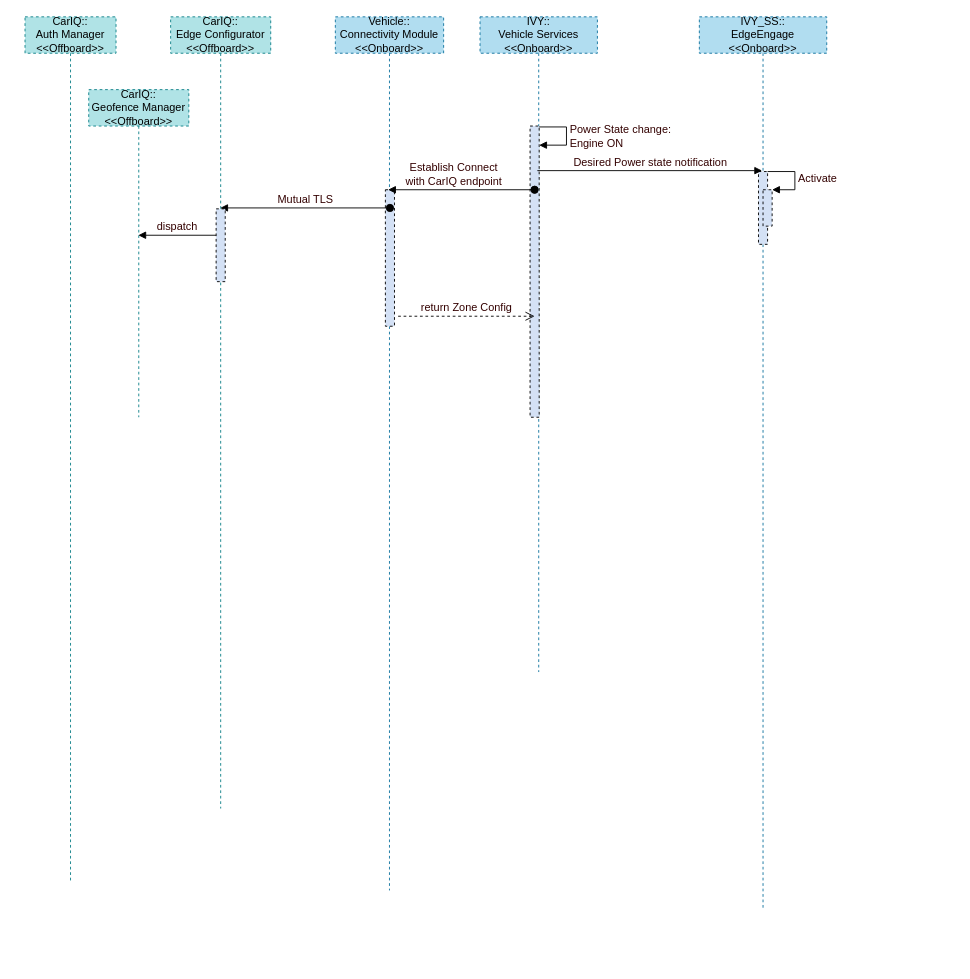
Earlier version of the draw.io diagram page "Page-4" (4 of 4) of src/main/resources/CarIQ_IVY_Uase_Cases.drawio (subhachat/CodeKata). Source tidied: cells renumbered, new cells numbered last; positions are measured from the earlier drawing's top-left corner, leaving out a move shared by most shapes. Both pictures are drawn from the tidied source at 91%, with x=0, y=0 at pixel (25, 16).
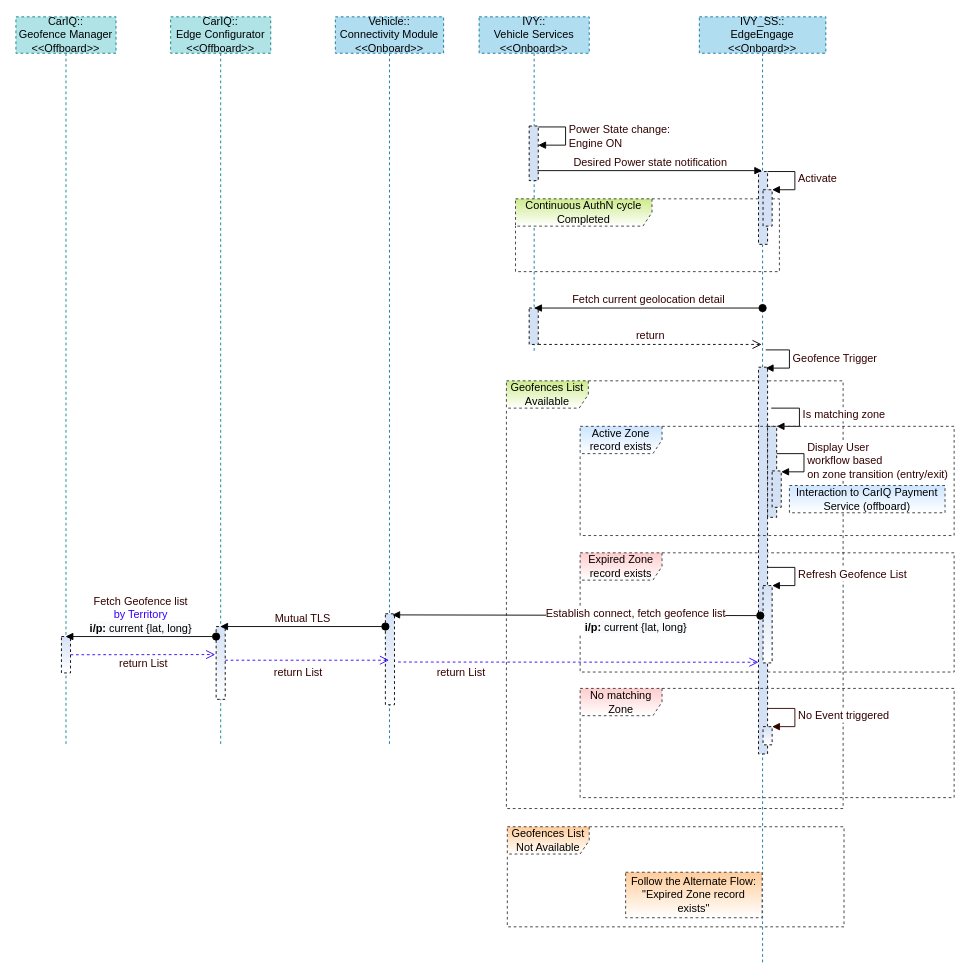
The same diagram, later.

What changed in the source:
```diff
@@
     <mxCell id="2" value="CarIQ::&lt;br&gt;Geofence Manager&lt;br&gt;&amp;lt;&amp;lt;Offboard&amp;gt;&amp;gt;" style="shape=umlLifeline;perimeter=lifelinePerimeter;whiteSpace=wrap;html=1;outlineConnect=0;glass=0;dashed=1;fontSize=12;fillColor=#b0e3e6;strokeColor=#0e8088;" parent="1" vertex="1">
-      <mxGeometry x="70" y="80" width="110" height="360" as="geometry" />
+      <mxGeometry x="-10" width="110" height="800" as="geometry" />
     </mxCell>
+    <mxCell id="20" style="html=1;perimeter=orthogonalPerimeter;shadow=0;glass=0;dashed=1;sketch=0;fontSize=12;fontColor=#330000;fillColor=#D4E1F5;gradientColor=#ffffff;" parent="2" vertex="1">
+      <mxGeometry x="50" y="681" width="10" height="40" as="geometry" />
+    </mxCell>
     <mxCell id="3" value="Vehicle::&lt;br&gt;Connectivity Module&lt;br&gt;&amp;lt;&amp;lt;Onboard&amp;gt;&amp;gt;" style="shape=umlLifeline;perimeter=lifelinePerimeter;whiteSpace=wrap;html=1;glass=0;dashed=1;fontSize=12;fillColor=#b1ddf0;strokeColor=#10739e;" parent="1" vertex="1">
-      <mxGeometry x="341" width="119" height="960" as="geometry" />
+      <mxGeometry x="341" width="119" height="800" as="geometry" />
     </mxCell>
-    <mxCell id="4" style="html=1;perimeter=orthogonalPerimeter;glass=0;dashed=1;fontSize=12;fontColor=#330000;fillColor=#D4E1F5;" parent="3" vertex="1">
-      <mxGeometry x="55" y="190" width="10" height="150" as="geometry" />
-    </mxCell>
+    <mxCell id="21" style="html=1;points=[];perimeter=orthogonalPerimeter;shadow=0;glass=0;dashed=1;sketch=0;fontSize=12;fontColor=#330000;fillColor=#D4E1F5;gradientColor=#ffffff;" parent="3" vertex="1">
+      <mxGeometry x="55" y="656" width="10" height="100" as="geometry" />
+    </mxCell>
     <mxCell id="5" value="IVY::&lt;br&gt;Vehicle Services&lt;br&gt;&amp;lt;&amp;lt;Onboard&amp;gt;&amp;gt;" style="shape=umlLifeline;perimeter=lifelinePerimeter;whiteSpace=wrap;html=1;glass=0;dashed=1;fontSize=12;fillColor=#b1ddf0;strokeColor=#10739e;" parent="1" vertex="1">
-      <mxGeometry x="500" width="129" height="720" as="geometry" />
+      <mxGeometry x="499" width="121" height="370" as="geometry" />
     </mxCell>
     <mxCell id="6" style="html=1;perimeter=orthogonalPerimeter;glass=0;dashed=1;fontSize=12;fontColor=#330000;fillColor=#D4E1F5;" parent="5" vertex="1">
-      <mxGeometry x="55" y="120" width="10" height="320" as="geometry" />
+      <mxGeometry x="55" y="120" width="10" height="60" as="geometry" />
     </mxCell>
@@
-    <mxCell id="8" value="return Zone Config" style="html=1;verticalAlign=bottom;endArrow=open;dashed=1;endSize=8;rounded=0;fontSize=12;fontColor=#330000;" parent="5" edge="1">
-      <mxGeometry relative="1" as="geometry">
-        <mxPoint x="-90" y="329" as="sourcePoint" />
-        <mxPoint x="60" y="329" as="targetPoint" />
-      </mxGeometry>
-    </mxCell>
-    <mxCell id="9" value="Establish Connect &lt;br&gt;with CarIQ endpoint" style="html=1;verticalAlign=bottom;startArrow=oval;startFill=1;endArrow=block;startSize=8;rounded=0;fontSize=12;fontColor=#330000;exitX=0.5;exitY=0.875;exitDx=0;exitDy=0;exitPerimeter=0;" parent="5" edge="1">
-      <mxGeometry x="0.1" relative="1" as="geometry">
-        <mxPoint x="60" y="190" as="sourcePoint" />
-        <mxPoint x="-101" y="190" as="targetPoint" />
-      </mxGeometry>
-    </mxCell>
-    <mxCell id="10" value="Mutual TLS" style="html=1;verticalAlign=bottom;startArrow=oval;startFill=1;endArrow=block;startSize=8;rounded=0;fontSize=12;fontColor=#330000;" parent="1" edge="1" target="17">
-      <mxGeometry relative="1" as="geometry">
-        <mxPoint x="401" y="210" as="sourcePoint" />
-      </mxGeometry>
-    </mxCell>
+    <mxCell id="22" value="Continuous AuthN cycle&lt;br&gt;Completed" style="shape=umlFrame;whiteSpace=wrap;html=1;glass=0;dashed=1;fontSize=12;fillColor=#cdeb8b;width=150;height=30;strokeColor=#36393d;gradientColor=#ffffff;" parent="5" vertex="1">
+      <mxGeometry x="40" y="200" width="290" height="80" as="geometry" />
+    </mxCell>
+    <mxCell id="23" value="return" style="html=1;verticalAlign=bottom;endArrow=open;dashed=1;endSize=8;rounded=0;fontSize=12;fontColor=#330000;" parent="5" edge="1">
+      <mxGeometry relative="1" as="geometry">
+        <mxPoint x="65" y="360" as="sourcePoint" />
+        <mxPoint x="310.5" y="360" as="targetPoint" />
+      </mxGeometry>
+    </mxCell>
+    <mxCell id="24" style="html=1;perimeter=orthogonalPerimeter;glass=0;dashed=1;fontSize=12;fontColor=#330000;fillColor=#D4E1F5;" parent="5" vertex="1">
+      <mxGeometry x="55" y="320" width="10" height="40" as="geometry" />
+    </mxCell>
+    <mxCell id="25" value="Geofences List Available" style="shape=umlFrame;whiteSpace=wrap;html=1;glass=0;dashed=1;fontSize=12;fillColor=#cdeb8b;strokeColor=#36393d;width=90;height=30;gradientColor=#ffffff;sketch=0;shadow=0;" parent="5" vertex="1">
+      <mxGeometry x="30" y="400" width="370" height="470" as="geometry" />
+    </mxCell>
+    <mxCell id="26" value="Expired Zone record exists" style="shape=umlFrame;whiteSpace=wrap;html=1;glass=0;dashed=1;fontSize=12;fillColor=#ffcccc;strokeColor=#36393d;width=90;height=30;gradientColor=#ffffff;" parent="5" vertex="1">
+      <mxGeometry x="111" y="589" width="411" height="131" as="geometry" />
+    </mxCell>
+    <mxCell id="27" value="&lt;font color=&quot;#330000&quot;&gt;return List&lt;/font&gt;" style="html=1;verticalAlign=bottom;endArrow=open;dashed=1;endSize=8;rounded=0;fontSize=12;fontColor=#3300FF;strokeColor=#3300FF;entryX=-0.5;entryY=0.991;entryDx=0;entryDy=0;entryPerimeter=0;" parent="5" edge="1" target="29">
+      <mxGeometry x="-0.65" y="-21" relative="1" as="geometry">
+        <mxPoint x="-89" y="709" as="sourcePoint" />
+      </mxGeometry>
+    </mxCell>
     <mxCell id="11" value="IVY_SS::&lt;br&gt;EdgeEngage&lt;br&gt;&amp;lt;&amp;lt;Onboard&amp;gt;&amp;gt;" style="shape=umlLifeline;perimeter=lifelinePerimeter;whiteSpace=wrap;html=1;glass=0;dashed=1;fontSize=12;fillColor=#b1ddf0;strokeColor=#10739e;" parent="1" vertex="1">
-      <mxGeometry x="741" width="140" height="980" as="geometry" />
+      <mxGeometry x="741" width="139" height="1040" as="geometry" />
     </mxCell>
+    <mxCell id="28" style="html=1;perimeter=orthogonalPerimeter;glass=0;dashed=1;fontSize=12;fontColor=#330000;fillColor=#D4E1F5;" parent="11" vertex="1">
+      <mxGeometry x="65" y="385" width="10" height="425" as="geometry" />
+    </mxCell>
+    <mxCell id="29" style="html=1;points=[];perimeter=orthogonalPerimeter;shadow=0;glass=0;dashed=1;sketch=0;fontSize=12;fontColor=#330000;fillColor=#D4E1F5;gradientColor=#ffffff;" parent="11" vertex="1">
+      <mxGeometry x="70" y="625" width="10" height="85" as="geometry" />
+    </mxCell>
@@
+    <mxCell id="30" value="Geofence Trigger" style="edgeStyle=orthogonalEdgeStyle;html=1;align=left;spacingLeft=2;endArrow=block;rounded=0;fontSize=12;fontColor=#330000;" parent="11" edge="1">
+      <mxGeometry relative="1" as="geometry">
+        <mxPoint x="73" y="366" as="sourcePoint" />
+        <mxPoint x="73" y="386" as="targetPoint" />
+        <Array as="points">
+          <mxPoint x="99" y="366" />
+          <mxPoint x="99" y="386" />
+        </Array>
+      </mxGeometry>
+    </mxCell>
+    <mxCell id="31" style="html=1;points=[];perimeter=orthogonalPerimeter;glass=0;dashed=1;fontSize=12;fontColor=#330000;fillColor=#D4E1F5;" parent="11" vertex="1">
+      <mxGeometry x="75" y="450" width="10" height="100" as="geometry" />
+    </mxCell>
+    <mxCell id="32" value="Is matching zone" style="edgeStyle=orthogonalEdgeStyle;html=1;align=left;spacingLeft=2;endArrow=block;rounded=0;entryX=1;entryY=0;fontSize=12;fontColor=#330000;" parent="11" edge="1" target="31">
+      <mxGeometry relative="1" as="geometry">
+        <mxPoint x="79" y="430" as="sourcePoint" />
+        <Array as="points">
+          <mxPoint x="110" y="430" />
+        </Array>
+      </mxGeometry>
+    </mxCell>
+    <mxCell id="33" value="Active Zone record exists" style="shape=umlFrame;whiteSpace=wrap;html=1;glass=0;dashed=1;fontSize=12;fillColor=#cce5ff;strokeColor=#36393d;width=90;height=30;gradientColor=#ffffff;" parent="11" vertex="1">
+      <mxGeometry x="-131" y="450" width="411" height="120" as="geometry" />
+    </mxCell>
+    <mxCell id="34" style="html=1;perimeter=orthogonalPerimeter;glass=0;dashed=1;fontSize=12;fontColor=#330000;fillColor=#D4E1F5;" parent="11" vertex="1">
+      <mxGeometry x="80" y="499" width="10" height="40" as="geometry" />
+    </mxCell>
+    <mxCell id="35" value="Display User &lt;br&gt;workflow based &lt;br&gt;on zone transition (entry/exit)" style="edgeStyle=orthogonalEdgeStyle;html=1;align=left;spacingLeft=2;endArrow=block;rounded=0;entryX=1;entryY=0;fontSize=12;fontColor=#330000;" parent="11" edge="1">
+      <mxGeometry relative="1" as="geometry">
+        <mxPoint x="85" y="480" as="sourcePoint" />
+        <mxPoint x="90" y="500" as="targetPoint" />
+        <Array as="points">
+          <mxPoint x="115" y="480" />
+        </Array>
+      </mxGeometry>
+    </mxCell>
+    <mxCell id="36" value="Refresh Geofence List" style="edgeStyle=orthogonalEdgeStyle;html=1;align=left;spacingLeft=2;endArrow=block;rounded=0;entryX=1;entryY=0;fontSize=12;fontColor=#330000;" parent="11" edge="1" target="29">
+      <mxGeometry relative="1" as="geometry">
+        <mxPoint x="75" y="605" as="sourcePoint" />
+        <Array as="points">
+          <mxPoint x="105" y="605" />
+        </Array>
+      </mxGeometry>
+    </mxCell>
+    <mxCell id="37" value="Establish connect, fetch geofence list&lt;br&gt;&lt;b style=&quot;color: rgb(0 , 0 , 0) ; background-color: rgb(248 , 249 , 250)&quot;&gt;i/p:&lt;/b&gt;&lt;span style=&quot;color: rgb(0 , 0 , 0) ; background-color: rgb(248 , 249 , 250)&quot;&gt;&amp;nbsp;current {lat, long}&lt;/span&gt;" style="html=1;verticalAlign=bottom;startArrow=oval;startFill=1;endArrow=block;startSize=8;rounded=0;fontSize=12;fontColor=#330000;entryX=0.76;entryY=0.012;entryDx=0;entryDy=0;entryPerimeter=0;" parent="11" edge="1" target="21">
+      <mxGeometry x="-0.32" y="22" relative="1" as="geometry">
+        <mxPoint x="67" y="658" as="sourcePoint" />
+      </mxGeometry>
+    </mxCell>
+    <mxCell id="38" value="Interaction to CarIQ Payment Service (offboard)" style="text;html=1;strokeColor=#36393d;fillColor=#cce5ff;align=center;verticalAlign=middle;whiteSpace=wrap;rounded=0;shadow=0;glass=0;dashed=1;sketch=0;fontSize=12;gradientColor=#ffffff;" parent="11" vertex="1">
+      <mxGeometry x="99" y="515" width="171" height="30" as="geometry" />
+    </mxCell>
@@
-    <mxCell id="16" value="CarIQ:: &lt;br&gt;Auth Manager&lt;br&gt;&amp;lt;&amp;lt;Offboard&amp;gt;&amp;gt;" style="shape=umlLifeline;perimeter=lifelinePerimeter;whiteSpace=wrap;html=1;glass=0;dashed=1;fontSize=12;fillColor=#b0e3e6;strokeColor=#0e8088;" parent="1" vertex="1">
-      <mxGeometry width="100" height="950" as="geometry" />
-    </mxCell>
     <mxCell id="17" value="CarIQ::&lt;br&gt;Edge Configurator&lt;br&gt;&amp;lt;&amp;lt;Offboard&amp;gt;&amp;gt;" style="shape=umlLifeline;perimeter=lifelinePerimeter;whiteSpace=wrap;html=1;outlineConnect=0;glass=0;dashed=1;fontSize=12;fillColor=#b0e3e6;strokeColor=#0e8088;" parent="1" vertex="1">
-      <mxGeometry x="160" width="110" height="870" as="geometry" />
+      <mxGeometry x="160" width="110" height="800" as="geometry" />
     </mxCell>
-    <mxCell id="18" style="html=1;perimeter=orthogonalPerimeter;glass=0;dashed=1;fontSize=12;fontColor=#330000;fillColor=#D4E1F5;" parent="17" vertex="1">
-      <mxGeometry x="50" y="211" width="10" height="80" as="geometry" />
-    </mxCell>
-    <mxCell id="19" value="dispatch" style="html=1;verticalAlign=bottom;endArrow=block;rounded=0;fontSize=12;fontColor=#330000;" parent="17" edge="1" target="2">
-      <mxGeometry relative="1" as="geometry">
-        <mxPoint x="50" y="240" as="sourcePoint" />
-      </mxGeometry>
-    </mxCell>
+    <mxCell id="39" style="html=1;perimeter=orthogonalPerimeter;shadow=0;glass=0;dashed=1;sketch=0;fontSize=12;fontColor=#330000;fillColor=#D4E1F5;gradientColor=#ffffff;" parent="17" vertex="1">
+      <mxGeometry x="50" y="670" width="10" height="80" as="geometry" />
+    </mxCell>
+    <mxCell id="40" value="Fetch current geolocation detail" style="html=1;verticalAlign=bottom;startArrow=oval;startFill=1;endArrow=block;startSize=8;rounded=0;fontSize=12;fontColor=#330000;" parent="1" edge="1">
+      <mxGeometry relative="1" as="geometry">
+        <mxPoint x="810.5" y="320" as="sourcePoint" />
+        <mxPoint x="559.5" y="320" as="targetPoint" />
+      </mxGeometry>
+    </mxCell>
+    <mxCell id="41" value="No matching Zone" style="shape=umlFrame;whiteSpace=wrap;html=1;glass=0;dashed=1;fontSize=12;fillColor=#ffcccc;strokeColor=#36393d;width=90;height=30;gradientColor=#ffffff;" parent="1" vertex="1">
+      <mxGeometry x="610" y="738" width="411" height="120" as="geometry" />
+    </mxCell>
+    <mxCell id="10" value="Mutual TLS" style="html=1;verticalAlign=bottom;startArrow=oval;startFill=1;endArrow=block;startSize=8;rounded=0;fontSize=12;fontColor=#330000;" parent="1" edge="1" target="17">
+      <mxGeometry relative="1" as="geometry">
+        <mxPoint x="396" y="670" as="sourcePoint" />
+      </mxGeometry>
+    </mxCell>
+    <mxCell id="42" value="Fetch Geofence list&lt;br&gt;&lt;font color=&quot;#3300ff&quot;&gt;by Territory&lt;/font&gt;&lt;br&gt;&lt;b style=&quot;color: rgb(0 , 0 , 0) ; background-color: rgb(248 , 249 , 250)&quot;&gt;i/p:&lt;/b&gt;&lt;span style=&quot;color: rgb(0 , 0 , 0) ; background-color: rgb(248 , 249 , 250)&quot;&gt;&amp;nbsp;current {lat, long}&lt;/span&gt;" style="html=1;verticalAlign=bottom;startArrow=oval;startFill=1;endArrow=block;startSize=8;rounded=0;fontSize=12;fontColor=#330000;" parent="1" edge="1">
+      <mxGeometry relative="1" as="geometry">
+        <mxPoint x="210" y="681" as="sourcePoint" />
+        <mxPoint x="44.5" y="681" as="targetPoint" />
+      </mxGeometry>
+    </mxCell>
+    <mxCell id="43" value="&lt;font color=&quot;#330000&quot;&gt;return List&lt;/font&gt;" style="html=1;verticalAlign=bottom;endArrow=open;dashed=1;endSize=8;rounded=0;fontSize=12;fontColor=#3300FF;entryX=0;entryY=0.61;entryDx=0;entryDy=0;entryPerimeter=0;strokeColor=#3300FF;" parent="1" edge="1">
+      <mxGeometry x="0.01" y="-19" relative="1" as="geometry">
+        <mxPoint x="50" y="701" as="sourcePoint" />
+        <mxPoint x="209" y="700.8" as="targetPoint" />
+      </mxGeometry>
+    </mxCell>
+    <mxCell id="44" value="&lt;font color=&quot;#330000&quot;&gt;return List&lt;/font&gt;" style="html=1;verticalAlign=bottom;endArrow=open;dashed=1;endSize=8;rounded=0;fontSize=12;fontColor=#3300FF;strokeColor=#3300FF;" parent="1" edge="1">
+      <mxGeometry x="-0.11" y="-23" relative="1" as="geometry">
+        <mxPoint x="220" y="707" as="sourcePoint" />
+        <mxPoint x="400" y="707" as="targetPoint" />
+      </mxGeometry>
+    </mxCell>
+    <mxCell id="45" style="html=1;points=[];perimeter=orthogonalPerimeter;shadow=0;glass=0;dashed=1;sketch=0;fontSize=12;fontColor=#330000;fillColor=#D4E1F5;gradientColor=#ffffff;" parent="1" vertex="1">
+      <mxGeometry x="811" y="780" width="10" height="20" as="geometry" />
+    </mxCell>
+    <mxCell id="46" value="No Event triggered" style="edgeStyle=orthogonalEdgeStyle;html=1;align=left;spacingLeft=2;endArrow=block;rounded=0;entryX=1;entryY=0;fontSize=12;fontColor=#330000;strokeColor=#330000;" parent="1" edge="1" target="45">
+      <mxGeometry relative="1" as="geometry">
+        <mxPoint x="816" y="760" as="sourcePoint" />
+        <Array as="points">
+          <mxPoint x="846" y="760" />
+        </Array>
+      </mxGeometry>
+    </mxCell>
+    <mxCell id="47" value="Geofences List Not Available" style="shape=umlFrame;whiteSpace=wrap;html=1;glass=0;dashed=1;fontSize=12;fillColor=#ffcc99;strokeColor=#36393d;width=90;height=30;sketch=0;shadow=0;gradientColor=#ffffff;" parent="1" vertex="1">
+      <mxGeometry x="530" y="890" width="370" height="110" as="geometry" />
+    </mxCell>
+    <mxCell id="48" value="Follow the Alternate Flow: &quot;Expired Zone record exists&quot;" style="text;html=1;strokeColor=#36393d;fillColor=#ffcc99;align=center;verticalAlign=middle;whiteSpace=wrap;rounded=0;shadow=0;glass=0;dashed=1;sketch=0;fontSize=12;gradientColor=#ffffff;" parent="1" vertex="1">
+      <mxGeometry x="660" y="940" width="150" height="50" as="geometry" />
+    </mxCell>
```
